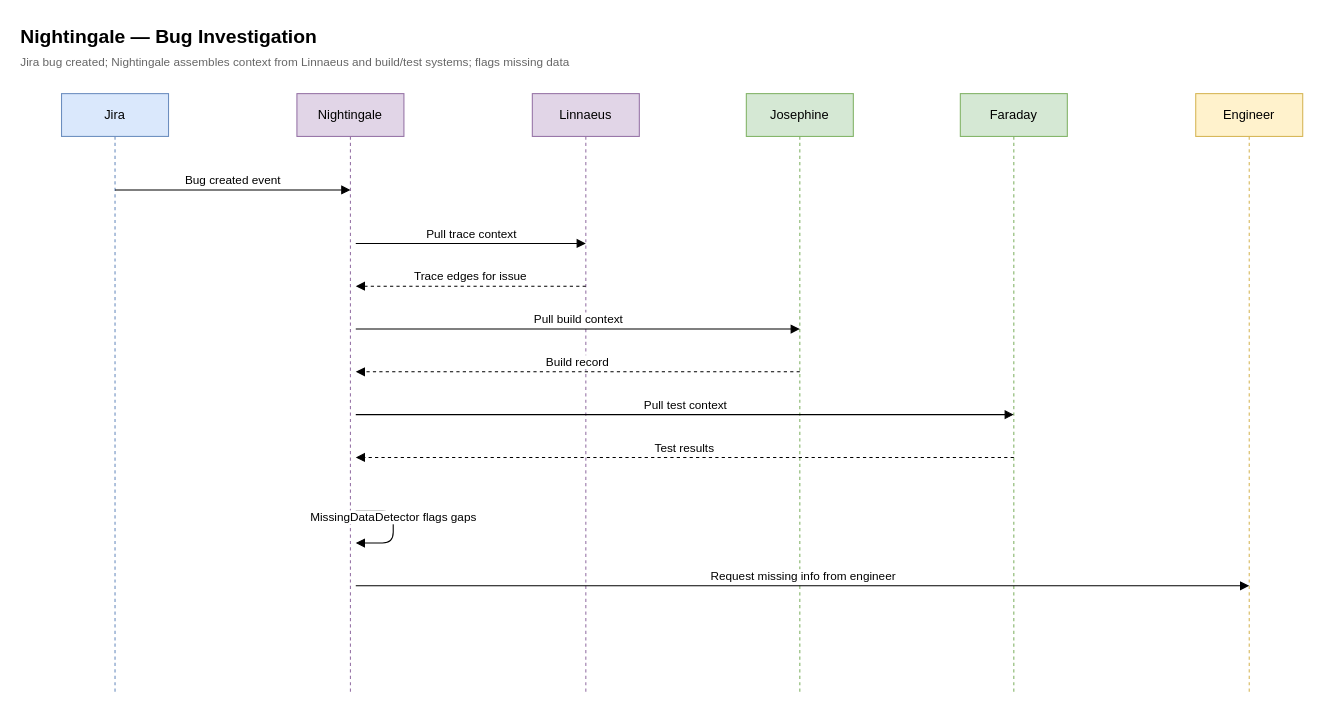
Before: page "Bug Investigation" (1 of 2) of docs/diagrams/workforce/NIGHTINGALE_SEQUENCE.drawio in jmac-cornelis/agent-workforce, a draw.io diagram. Source tidied: cells renumbered, new cells numbered last; positions are measured from the earlier drawing's top-left corner, leaving out a move shared by most shapes. Both pictures are drawn from the tidied source at 107%, with x=0, y=0 at pixel (18, 18).
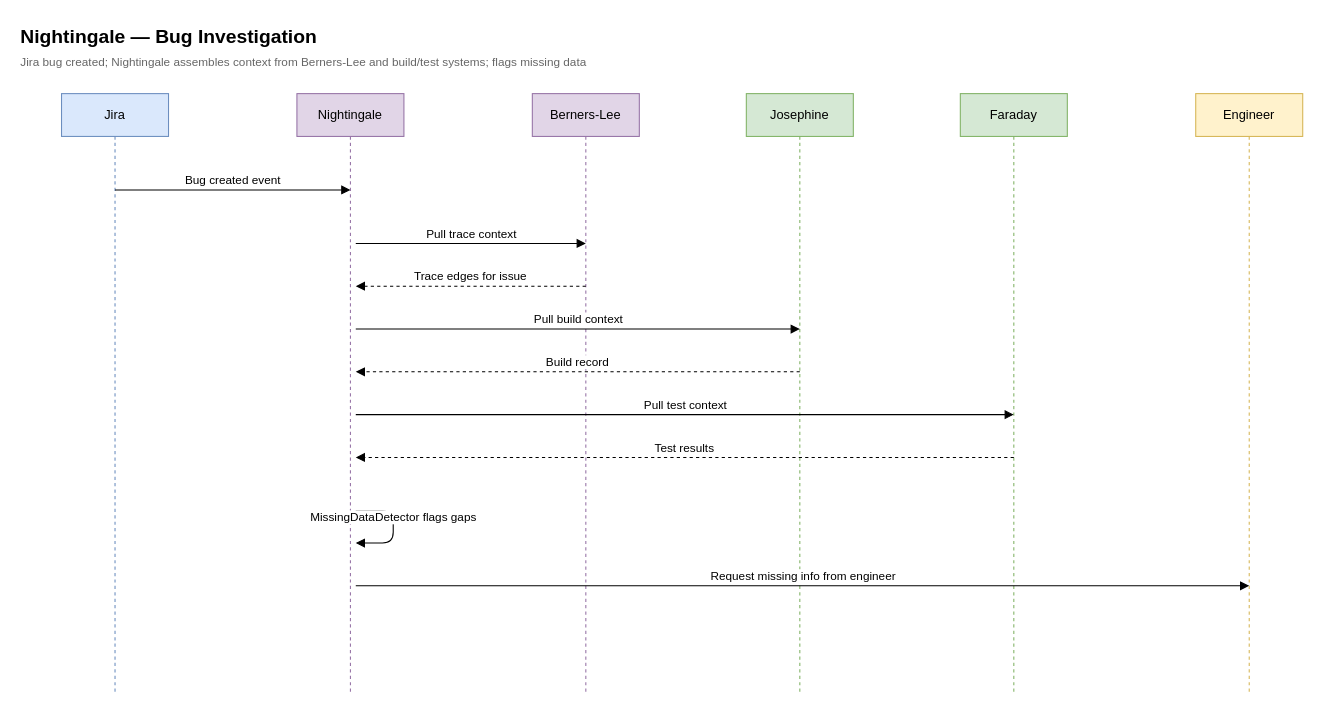
Above is the later version.

Diff of the diagram source:
```diff
@@
-    <mxCell id="3" value="Jira bug created; Nightingale assembles context from Linnaeus and build/test systems; flags missing data" style="text;html=1;fontSize=11;fontColor=#666666;align=left;" parent="1" vertex="1">
+    <mxCell id="3" value="Jira bug created; Nightingale assembles context from Berners-Lee and build/test systems; flags missing data" style="text;html=1;fontSize=11;fontColor=#666666;align=left;" parent="1" vertex="1">
       <mxGeometry y="28" width="750" height="20" as="geometry" />
     </mxCell>
@@
-    <mxCell id="6" value="Linnaeus" style="shape=umlLifeline;perimeter=lifelinePerimeter;whiteSpace=wrap;html=1;size=40;fillColor=#e1d5e7;strokeColor=#9673a6;" parent="1" vertex="1">
+    <mxCell id="6" value="Berners-Lee" style="shape=umlLifeline;perimeter=lifelinePerimeter;whiteSpace=wrap;html=1;size=40;fillColor=#e1d5e7;strokeColor=#9673a6;" parent="1" vertex="1">
       <mxGeometry x="480" y="70" width="100" height="560" as="geometry" />
     </mxCell>
```
